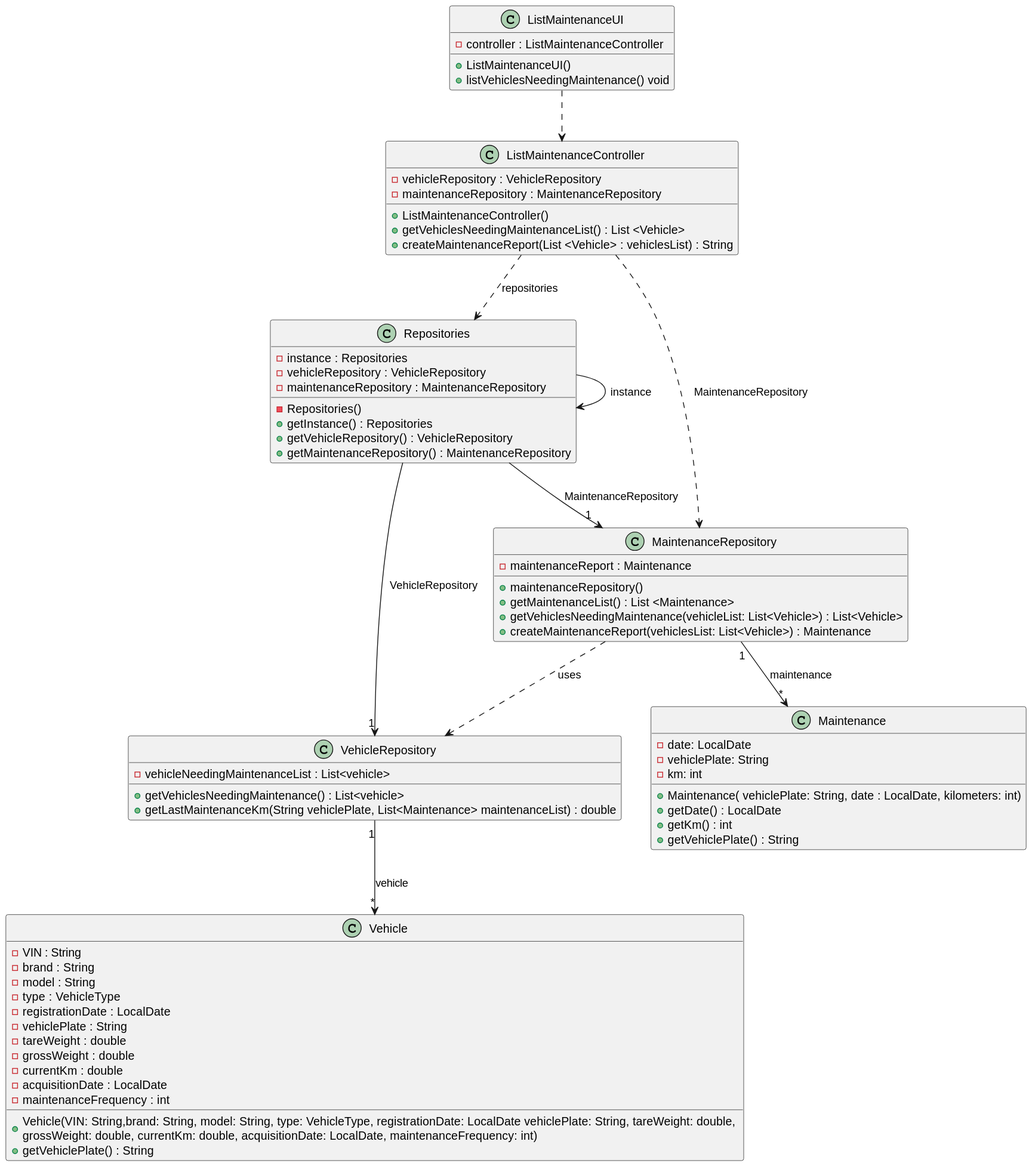
Earlier version of the PlantUML export docs/sprintC/us008/03.design/svg/us008-class-diagram.svg (ricardomm7/leaflink).
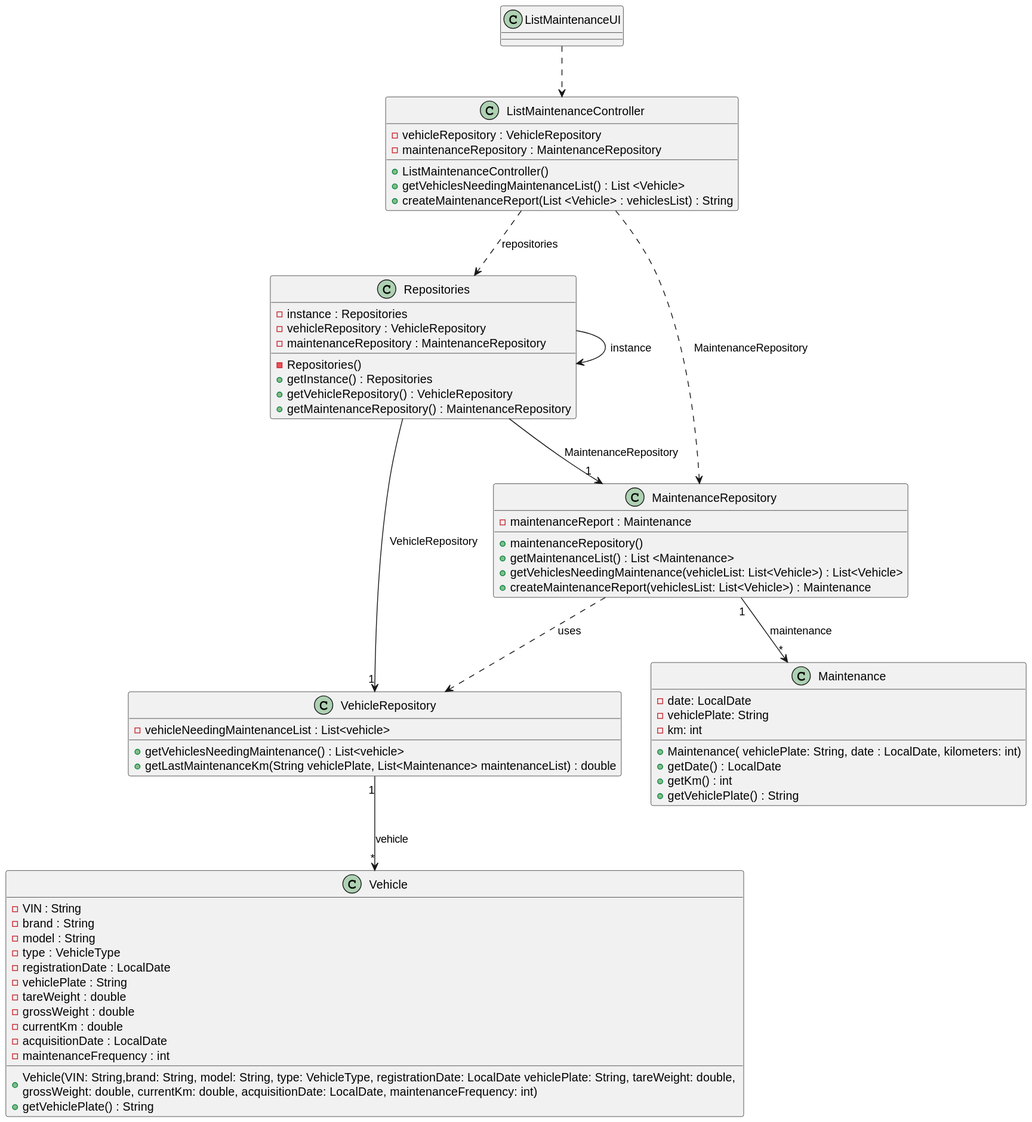
The same diagram one commit later.

Diff of the diagram source:
```diff
@@ -4,9 +4,6 @@
 skinparam line type polyline
 
 class ListMaintenanceUI{
-    - controller : ListMaintenanceController
-    + ListMaintenanceUI()
-    + listVehiclesNeedingMaintenance() void
 }
 
 class ListMaintenanceController {
```
